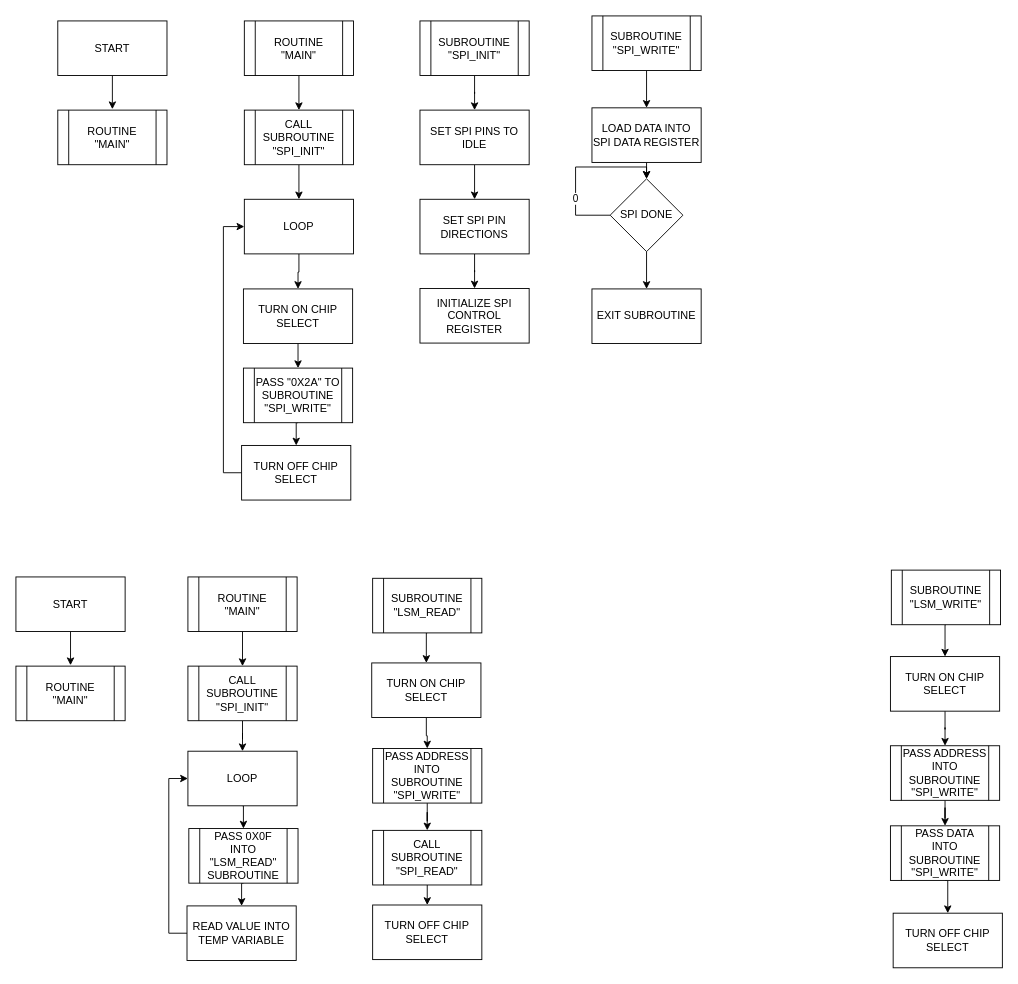
Before: lab_6_diagram.drawio in S-Miller-UFL/Accelerometer, a draw.io diagram. Source tidied: cells renumbered, new cells numbered last; positions are measured from the earlier drawing's top-left corner, leaving out a move shared by most shapes. Both pictures are drawn from the tidied source at 91%, with x=0, y=0 at pixel (15, 15).
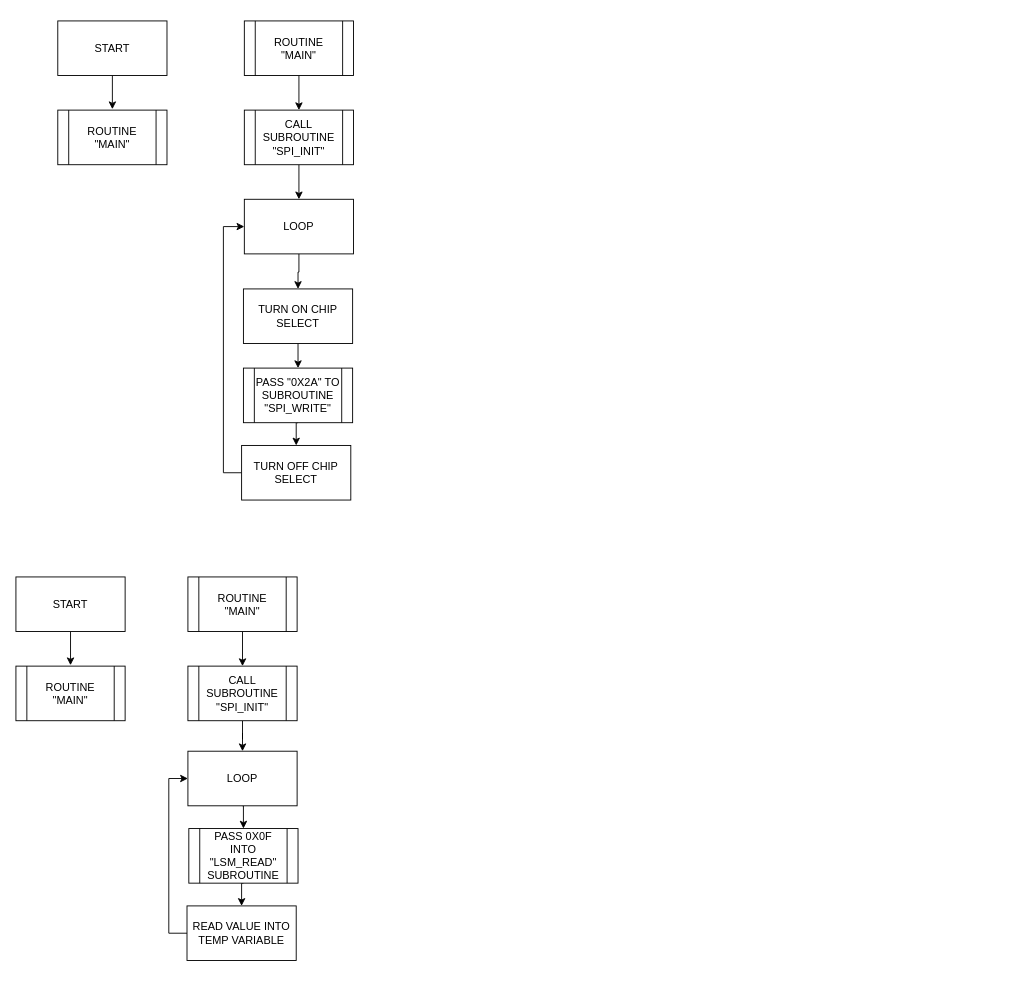
Above is the later version.

The edit, as a diff of the source:
```diff
@@
-    <mxCell id="13" style="edgeStyle=orthogonalEdgeStyle;rounded=0;jettySize=auto;html=1;exitX=0.5;exitY=1;exitDx=0;exitDy=0;" parent="1" edge="1" source="14" target="16">
-      <mxGeometry relative="1" as="geometry" />
-    </mxCell>
-    <mxCell id="14" value="SUBROUTINE &quot;SPI_INIT&quot;" style="shape=process;whiteSpace=wrap;html=1;backgroundOutline=1;" parent="1" vertex="1">
-      <mxGeometry x="444" y="5.5" width="120" height="60" as="geometry" />
-    </mxCell>
-    <mxCell id="15" style="edgeStyle=orthogonalEdgeStyle;rounded=0;jettySize=auto;html=1;exitX=0.5;exitY=1;exitDx=0;exitDy=0;entryX=0.5;entryY=0;entryDx=0;entryDy=0;" parent="1" edge="1" source="16" target="18">
-      <mxGeometry relative="1" as="geometry" />
-    </mxCell>
-    <mxCell id="16" value="SET SPI PINS TO IDLE" style="rounded=0;whiteSpace=wrap;html=1;" parent="1" vertex="1">
-      <mxGeometry x="444" y="103.5" width="120" height="60" as="geometry" />
-    </mxCell>
-    <mxCell id="17" style="edgeStyle=orthogonalEdgeStyle;rounded=0;jettySize=auto;html=1;exitX=0.5;exitY=1;exitDx=0;exitDy=0;" parent="1" edge="1" source="18" target="19">
-      <mxGeometry relative="1" as="geometry" />
-    </mxCell>
-    <mxCell id="18" value="SET SPI PIN DIRECTIONS" style="rounded=0;whiteSpace=wrap;html=1;" parent="1" vertex="1">
-      <mxGeometry x="444" y="201.5" width="120" height="60" as="geometry" />
-    </mxCell>
-    <mxCell id="19" value="INITIALIZE SPI CONTROL REGISTER" style="rounded=0;whiteSpace=wrap;html=1;" parent="1" vertex="1">
-      <mxGeometry x="444" y="299.5" width="120" height="60" as="geometry" />
-    </mxCell>
-    <mxCell id="20" style="edgeStyle=orthogonalEdgeStyle;rounded=0;jettySize=auto;html=1;exitX=0.5;exitY=1;exitDx=0;exitDy=0;entryX=0.5;entryY=0;entryDx=0;entryDy=0;" parent="1" edge="1" source="21" target="23">
-      <mxGeometry relative="1" as="geometry" />
-    </mxCell>
-    <mxCell id="21" value="SUBROUTINE &quot;SPI_WRITE&quot;" style="shape=process;whiteSpace=wrap;html=1;backgroundOutline=1;" parent="1" vertex="1">
-      <mxGeometry x="633" width="120" height="60" as="geometry" />
-    </mxCell>
-    <mxCell id="22" style="edgeStyle=orthogonalEdgeStyle;rounded=0;jettySize=auto;html=1;exitX=0.5;exitY=1;exitDx=0;exitDy=0;entryX=0.5;entryY=0;entryDx=0;entryDy=0;" parent="1" edge="1" source="23" target="26">
-      <mxGeometry relative="1" as="geometry" />
-    </mxCell>
-    <mxCell id="23" value="LOAD DATA INTO SPI DATA REGISTER" style="rounded=0;whiteSpace=wrap;html=1;" parent="1" vertex="1">
-      <mxGeometry x="633" y="101" width="120" height="60" as="geometry" />
-    </mxCell>
-    <mxCell id="24" value="0" style="edgeStyle=orthogonalEdgeStyle;rounded=0;orthogonalLoop=1;jettySize=auto;html=1;exitX=0;exitY=0.5;exitDx=0;exitDy=0;entryX=0.5;entryY=0;entryDx=0;entryDy=0;" parent="1" edge="1" source="26" target="26">
-      <mxGeometry x="-0.39" relative="1" as="geometry">
-        <Array as="points">
-          <mxPoint x="615" y="219" />
-          <mxPoint x="615" y="166" />
-          <mxPoint x="693" y="166" />
-        </Array>
-      </mxGeometry>
-    </mxCell>
-    <mxCell id="25" style="edgeStyle=orthogonalEdgeStyle;rounded=0;jettySize=auto;html=1;" parent="1" edge="1" source="26" target="31">
-      <mxGeometry relative="1" as="geometry" />
-    </mxCell>
-    <mxCell id="26" value="SPI DONE" style="rhombus;whiteSpace=wrap;html=1;" parent="1" vertex="1">
-      <mxGeometry x="653" y="179" width="80" height="80" as="geometry" />
-    </mxCell>
@@
-    <mxCell id="31" value="EXIT SUBROUTINE" style="whiteSpace=wrap;html=1;" parent="1" vertex="1">
-      <mxGeometry x="633" y="300" width="120" height="60" as="geometry" />
-    </mxCell>
@@
-    <mxCell id="39" style="edgeStyle=orthogonalEdgeStyle;rounded=0;jettySize=auto;html=1;exitX=0.5;exitY=1;exitDx=0;exitDy=0;entryX=0.5;entryY=0;entryDx=0;entryDy=0;" parent="1" edge="1" source="40" target="57">
-      <mxGeometry relative="1" as="geometry" />
-    </mxCell>
-    <mxCell id="40" value="SUBROUTINE &quot;LSM_WRITE&quot;" style="shape=process;whiteSpace=wrap;html=1;backgroundOutline=1;" parent="1" vertex="1">
-      <mxGeometry x="962" y="609" width="120" height="60" as="geometry" />
-    </mxCell>
-    <mxCell id="41" style="edgeStyle=orthogonalEdgeStyle;rounded=0;jettySize=auto;html=1;exitX=0.5;exitY=1;exitDx=0;exitDy=0;entryX=0.5;entryY=0;entryDx=0;entryDy=0;" parent="1" edge="1" source="42" target="44">
-      <mxGeometry relative="1" as="geometry" />
-    </mxCell>
-    <mxCell id="42" value="SUBROUTINE &quot;LSM_READ&quot;" style="shape=process;whiteSpace=wrap;html=1;backgroundOutline=1;" parent="1" vertex="1">
-      <mxGeometry x="392" y="618" width="120" height="60" as="geometry" />
-    </mxCell>
-    <mxCell id="43" style="edgeStyle=orthogonalEdgeStyle;rounded=0;jettySize=auto;html=1;" parent="1" edge="1" source="44" target="53">
-      <mxGeometry relative="1" as="geometry" />
-    </mxCell>
-    <mxCell id="44" value="TURN ON CHIP SELECT" style="rounded=0;whiteSpace=wrap;html=1;" parent="1" vertex="1">
-      <mxGeometry x="391" y="711" width="120" height="60" as="geometry" />
-    </mxCell>
-    <mxCell id="45" value="TURN OFF CHIP SELECT" style="whiteSpace=wrap;html=1;rounded=0;" parent="1" vertex="1">
-      <mxGeometry x="392" y="977" width="120" height="60" as="geometry" />
-    </mxCell>
@@
-    <mxCell id="52" style="edgeStyle=orthogonalEdgeStyle;rounded=0;jettySize=auto;html=1;" parent="1" edge="1" source="53" target="55">
-      <mxGeometry relative="1" as="geometry" />
-    </mxCell>
-    <mxCell id="53" value="PASS ADDRESS INTO SUBROUTINE &quot;SPI_WRITE&quot;" style="shape=process;whiteSpace=wrap;html=1;backgroundOutline=1;rounded=0;" parent="1" vertex="1">
-      <mxGeometry x="392" y="805" width="120" height="60" as="geometry" />
-    </mxCell>
-    <mxCell id="54" style="edgeStyle=orthogonalEdgeStyle;rounded=0;jettySize=auto;html=1;exitX=0.5;exitY=1;exitDx=0;exitDy=0;entryX=0.5;entryY=0;entryDx=0;entryDy=0;" parent="1" edge="1" source="55" target="45">
-      <mxGeometry relative="1" as="geometry" />
-    </mxCell>
-    <mxCell id="55" value="CALL SUBROUTINE &quot;SPI_READ&quot;" style="shape=process;whiteSpace=wrap;html=1;backgroundOutline=1;rounded=0;" parent="1" vertex="1">
-      <mxGeometry x="392" y="895" width="120" height="60" as="geometry" />
-    </mxCell>
-    <mxCell id="56" style="edgeStyle=orthogonalEdgeStyle;rounded=0;jettySize=auto;html=1;" parent="1" edge="1" source="57" target="60">
-      <mxGeometry relative="1" as="geometry" />
-    </mxCell>
-    <mxCell id="57" value="TURN ON CHIP SELECT" style="rounded=0;whiteSpace=wrap;html=1;" parent="1" vertex="1">
-      <mxGeometry x="961" y="704" width="120" height="60" as="geometry" />
-    </mxCell>
-    <mxCell id="58" value="TURN OFF CHIP SELECT" style="whiteSpace=wrap;html=1;rounded=0;" parent="1" vertex="1">
-      <mxGeometry x="964" y="986" width="120" height="60" as="geometry" />
-    </mxCell>
-    <mxCell id="59" style="edgeStyle=orthogonalEdgeStyle;rounded=0;jettySize=auto;html=1;" parent="1" edge="1" source="60" target="62">
-      <mxGeometry relative="1" as="geometry" />
-    </mxCell>
-    <mxCell id="60" value="PASS ADDRESS INTO SUBROUTINE &quot;SPI_WRITE&quot;" style="shape=process;whiteSpace=wrap;html=1;backgroundOutline=1;rounded=0;" parent="1" vertex="1">
-      <mxGeometry x="961" y="802" width="120" height="60" as="geometry" />
-    </mxCell>
-    <mxCell id="61" style="edgeStyle=orthogonalEdgeStyle;rounded=0;jettySize=auto;html=1;exitX=0.5;exitY=1;exitDx=0;exitDy=0;entryX=0.5;entryY=0;entryDx=0;entryDy=0;" parent="1" edge="1" source="62" target="58">
-      <mxGeometry relative="1" as="geometry" />
-    </mxCell>
-    <mxCell id="62" value="PASS DATA INTO SUBROUTINE &quot;SPI_WRITE&quot;" style="shape=process;whiteSpace=wrap;html=1;backgroundOutline=1;rounded=0;" parent="1" vertex="1">
-      <mxGeometry x="961" y="890" width="120" height="60" as="geometry" />
-    </mxCell>
```
